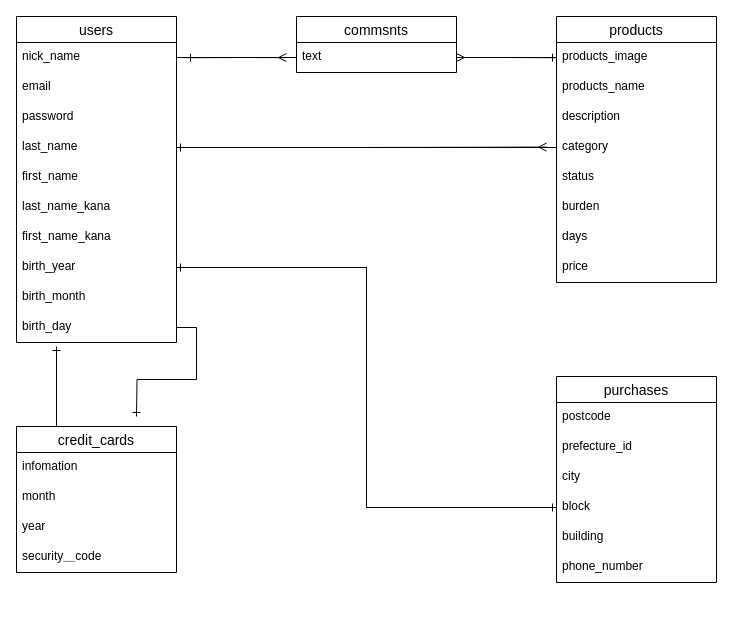
Earlier version of the draw.io diagram page "ページ1" (1 of 2) of db.dio (rent614/furima-34775). Source tidied: cells renumbered, new cells numbered last; positions are measured from the earlier drawing's top-left corner, leaving out a move shared by most shapes. Both pictures are drawn from the tidied source at 100%, with x=0, y=0 at pixel (16, 16).
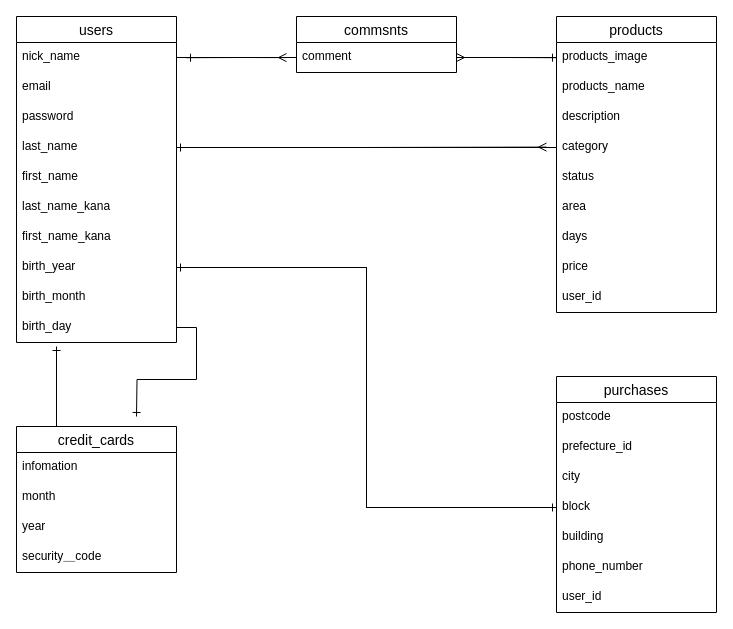
The same page after the edit.

Commit message:
データベースの実装２

The change refers to these unchanged cells:
```xml
<mxCell id="22" value="commsnts" style="swimlane;fontStyle=0;horizontal=1;startSize=26;align=center;fontSize=14;" parent="1" vertex="1">
  <mxGeometry x="280" width="160" height="56" as="geometry" />
</mxCell>
```

Change to the diagram source:
```diff
@@
     <mxCell id="13" value="products" style="swimlane;fontStyle=0;horizontal=1;startSize=26;align=center;fontSize=14;" parent="1" vertex="1">
-      <mxGeometry x="540" width="160" height="266" as="geometry" />
+      <mxGeometry x="540" width="160" height="296" as="geometry" />
     </mxCell>
@@
-    <mxCell id="19" value="burden" style="text;strokeColor=none;fillColor=none;spacingLeft=4;spacingRight=4;overflow=hidden;fontSize=12;" parent="13" vertex="1">
+    <mxCell id="19" value="area" style="text;strokeColor=none;fillColor=none;spacingLeft=4;spacingRight=4;overflow=hidden;fontSize=12;" parent="13" vertex="1">
       <mxGeometry y="176" width="160" height="30" as="geometry" />
     </mxCell>
@@
+    <mxCell id="46" value="price" style="text;strokeColor=none;fillColor=none;spacingLeft=4;spacingRight=4;overflow=hidden;fontSize=12;" parent="13" vertex="1">
+      <mxGeometry y="236" width="160" height="30" as="geometry" />
+    </mxCell>
-    <mxCell id="21" value="price" style="text;strokeColor=none;fillColor=none;spacingLeft=4;spacingRight=4;overflow=hidden;fontSize=12;" parent="13" vertex="1">
-      <mxGeometry y="236" width="160" height="30" as="geometry" />
+    <mxCell id="21" value="user_id" style="text;strokeColor=none;fillColor=none;spacingLeft=4;spacingRight=4;overflow=hidden;fontSize=12;" parent="13" vertex="1">
+      <mxGeometry y="266" width="160" height="30" as="geometry" />
     </mxCell>
@@
-    <mxCell id="23" value="text" style="text;strokeColor=none;fillColor=none;spacingLeft=4;spacingRight=4;overflow=hidden;points=[[0,0.5],[1,0.5]];portConstraint=eastwest;fontSize=12;" parent="22" vertex="1">
+    <mxCell id="23" value="comment" style="text;strokeColor=none;fillColor=none;spacingLeft=4;spacingRight=4;overflow=hidden;points=[[0,0.5],[1,0.5]];portConstraint=eastwest;fontSize=12;" parent="22" vertex="1">
       <mxGeometry y="26" width="160" height="30" as="geometry" />
     </mxCell>
     <mxCell id="24" value="purchases" style="swimlane;fontStyle=0;horizontal=1;startSize=26;align=center;fontSize=14;" parent="1" vertex="1">
-      <mxGeometry x="540" y="360" width="160" height="206" as="geometry" />
+      <mxGeometry x="540" y="360" width="160" height="236" as="geometry" />
     </mxCell>
@@
+    <mxCell id="47" value="user_id" style="text;strokeColor=none;fillColor=none;spacingLeft=4;spacingRight=4;overflow=hidden;fontSize=12;" parent="24" vertex="1">
+      <mxGeometry y="206" width="160" height="30" as="geometry" />
+    </mxCell>
```
